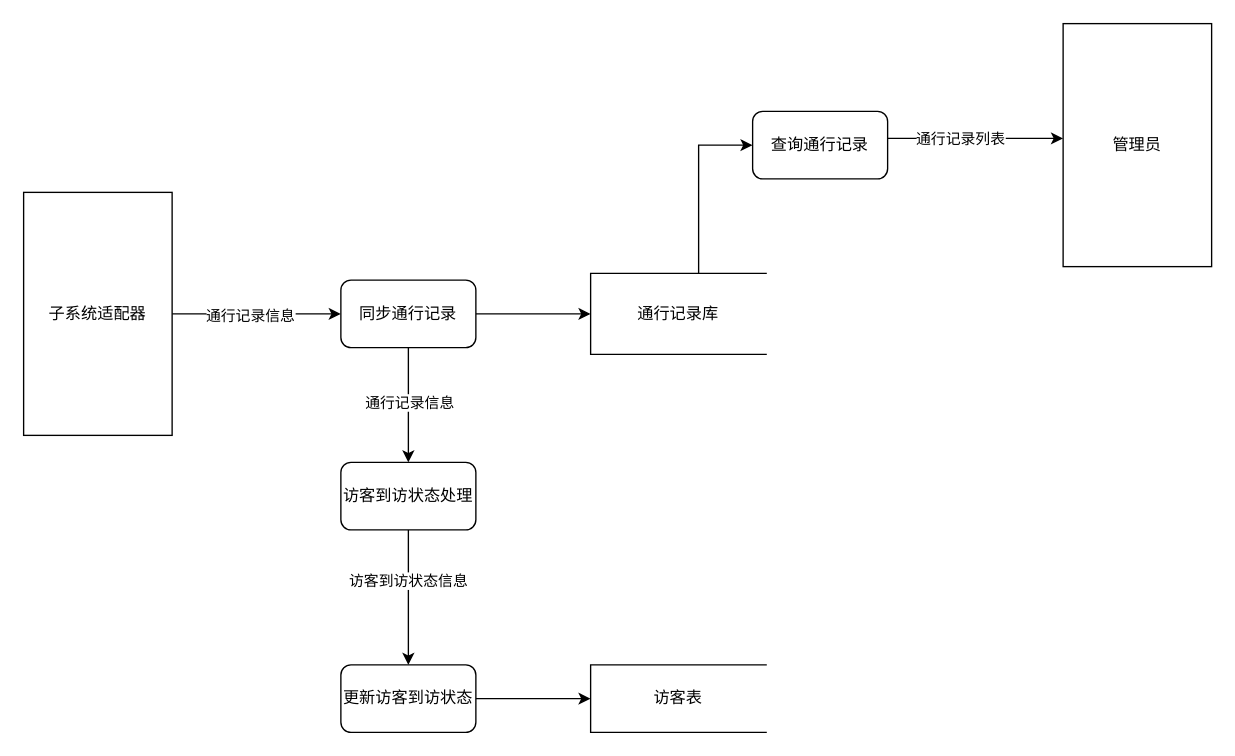
Earlier version of the draw.io diagram 通行记录管理.drawio (Alger-g/diagrams). Source tidied: cells renumbered, new cells numbered last; positions are measured from the earlier drawing's top-left corner, leaving out a move shared by most shapes. Both pictures are drawn from the tidied source at 135%, with x=0, y=0 at pixel (23, 23).
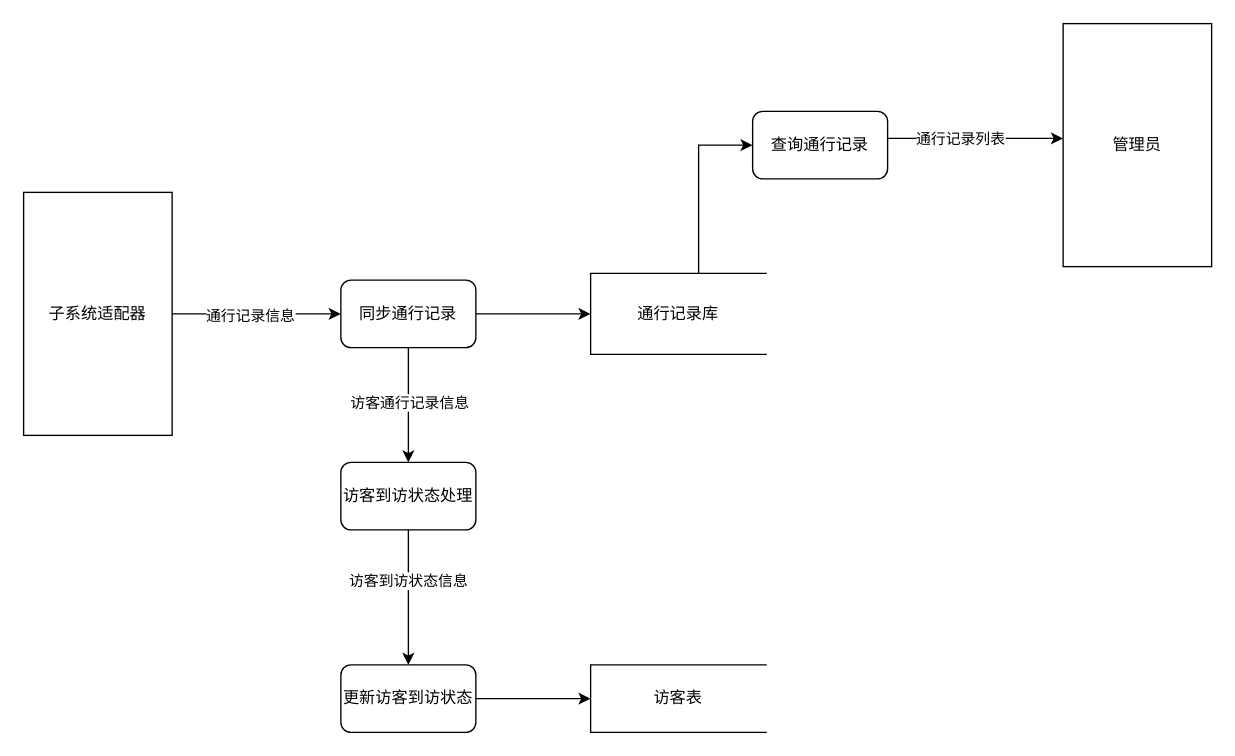
After the change.

Commit message:
更新通行记录管理.drawio

The change refers to these unchanged cells:
```xml
<mxCell id="12" style="edgeStyle=orthogonalEdgeStyle;rounded=0;jettySize=auto;html=1;" parent="1" edge="1" source="14" target="18">
  <mxGeometry relative="1" as="geometry" />
</mxCell>
```

Diff of the diagram source:
```diff
@@
-    <mxCell id="13" value="通行记录信息" style="edgeLabel;html=1;align=center;verticalAlign=middle;" parent="12" vertex="1">
+    <mxCell id="13" value="访客通行记录信息" style="edgeLabel;html=1;align=center;verticalAlign=middle;" parent="12" vertex="1">
       <mxGeometry x="-0.06" relative="1" as="geometry" />
     </mxCell>
```
